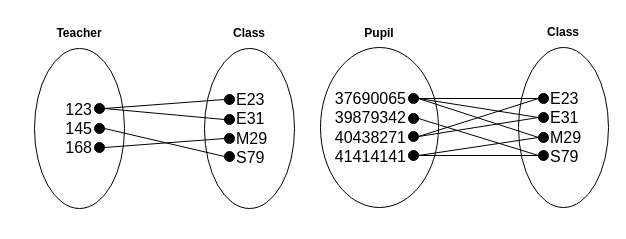
Before: page "EO TCP" (15 of 57) of h-cs/ddd/H-DDD-Clydeview/assets/Diagrams/H DDD Clydeview.drawio in MrFriendCS/MrFriendCS.github.io, a draw.io diagram. Source tidied: cells renumbered, new cells numbered last; positions are measured from the earlier drawing's top-left corner, leaving out a move shared by most shapes. Both pictures are drawn from the tidied source at 100%, with x=0, y=0 at pixel (34, 17).
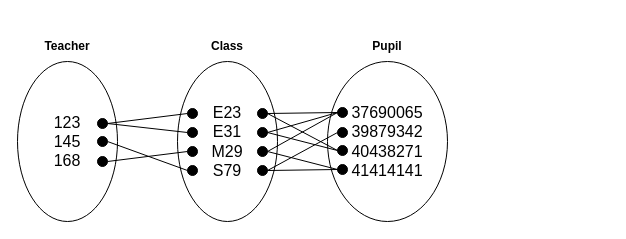
After the change.

Diff of the diagram source:
```diff
@@
     <mxCell id="2" style="ellipse;whiteSpace=wrap;html=1;fillColor=none;" parent="1" vertex="1">
-      <mxGeometry x="170" y="31" width="90" height="160" as="geometry" />
+      <mxGeometry x="143" y="44" width="100" height="160" as="geometry" />
     </mxCell>
@@
     <mxCell id="7" value="&lt;b&gt;Teacher&lt;/b&gt;" style="text;html=1;align=center;verticalAlign=middle;whiteSpace=wrap;rounded=0;" parent="1" vertex="1">
-      <mxGeometry x="15" y="1" width="60" height="30" as="geometry" />
+      <mxGeometry x="3" y="14" width="60" height="30" as="geometry" />
     </mxCell>
     <mxCell id="8" style="ellipse;whiteSpace=wrap;html=1;fillColor=none;" parent="1" vertex="1">
-      <mxGeometry y="31" width="90" height="160" as="geometry" />
+      <mxGeometry x="-17" y="44" width="100" height="160" as="geometry" />
     </mxCell>
     <mxCell id="9" style="ellipse;whiteSpace=wrap;html=1;fillColor=#000000;flipH=0;" parent="1" vertex="1">
-      <mxGeometry x="60" y="86" width="10" height="10" as="geometry" />
+      <mxGeometry x="63" y="101" width="10" height="10" as="geometry" />
     </mxCell>
     <mxCell id="10" style="ellipse;whiteSpace=wrap;html=1;fillColor=#000000;flipH=0;" parent="1" vertex="1">
-      <mxGeometry x="60" y="106" width="10" height="10" as="geometry" />
+      <mxGeometry x="63" y="119" width="10" height="10" as="geometry" />
     </mxCell>
     <mxCell id="11" style="ellipse;whiteSpace=wrap;html=1;fillColor=#000000;flipH=0;" parent="1" vertex="1">
-      <mxGeometry x="60" y="125" width="10" height="10" as="geometry" />
+      <mxGeometry x="63" y="139" width="10" height="10" as="geometry" />
     </mxCell>
     <mxCell id="12" style="ellipse;whiteSpace=wrap;html=1;fillColor=#000000;flipH=0;" parent="1" vertex="1">
-      <mxGeometry x="190" y="134" width="10" height="10" as="geometry" />
+      <mxGeometry x="153" y="148" width="10" height="10" as="geometry" />
     </mxCell>
-    <mxCell id="13" value="&lt;div&gt;&lt;span style=&quot;font-size: 16px;&quot;&gt;123&lt;/span&gt;&lt;/div&gt;&lt;div&gt;&lt;span style=&quot;font-size: 16px;&quot;&gt;145&lt;/span&gt;&lt;/div&gt;&lt;div&gt;&lt;span style=&quot;font-size: 16px;&quot;&gt;168&lt;/span&gt;&lt;/div&gt;" style="text;html=1;align=right;verticalAlign=middle;whiteSpace=wrap;rounded=0;flipH=0;" parent="1" vertex="1">
-      <mxGeometry x="10" y="81" width="50" height="60" as="geometry" />
+    <mxCell id="13" value="&lt;div&gt;&lt;span style=&quot;font-size: 16px;&quot;&gt;123&lt;/span&gt;&lt;/div&gt;&lt;div&gt;&lt;span style=&quot;font-size: 16px;&quot;&gt;145&lt;/span&gt;&lt;/div&gt;&lt;div&gt;&lt;span style=&quot;font-size: 16px;&quot;&gt;168&lt;/span&gt;&lt;/div&gt;" style="text;html=1;align=center;verticalAlign=middle;whiteSpace=wrap;rounded=0;flipH=0;" parent="1" vertex="1">
+      <mxGeometry x="13" y="93.5" width="40" height="60" as="geometry" />
     </mxCell>
     <mxCell id="14" value="&lt;b&gt;Class&lt;/b&gt;" style="text;html=1;align=center;verticalAlign=middle;whiteSpace=wrap;rounded=0;" parent="1" vertex="1">
-      <mxGeometry x="185" y="1" width="60" height="30" as="geometry" />
+      <mxGeometry x="163" y="14" width="60" height="30" as="geometry" />
     </mxCell>
     <mxCell id="15" style="ellipse;whiteSpace=wrap;html=1;fillColor=#000000;" parent="1" vertex="1">
-      <mxGeometry x="190" y="77" width="10" height="10" as="geometry" />
+      <mxGeometry x="153" y="91" width="10" height="10" as="geometry" />
     </mxCell>
     <mxCell id="16" style="ellipse;whiteSpace=wrap;html=1;fillColor=#000000;" parent="1" vertex="1">
-      <mxGeometry x="190" y="97" width="10" height="10" as="geometry" />
+      <mxGeometry x="153" y="110" width="10" height="10" as="geometry" />
     </mxCell>
-    <mxCell id="17" value="&lt;span style=&quot;font-size: 16px;&quot;&gt;E23&lt;/span&gt;&lt;div&gt;&lt;span style=&quot;font-size: 16px;&quot;&gt;E31&lt;/span&gt;&lt;/div&gt;&lt;div&gt;&lt;span style=&quot;font-size: 16px;&quot;&gt;M29&lt;/span&gt;&lt;span style=&quot;font-size: 16px;&quot;&gt;&lt;br&gt;&lt;/span&gt;&lt;/div&gt;&lt;div&gt;&lt;span style=&quot;font-size: 16px;&quot;&gt;S79&lt;/span&gt;&lt;/div&gt;" style="text;html=1;align=left;verticalAlign=middle;whiteSpace=wrap;rounded=0;" parent="1" vertex="1">
-      <mxGeometry x="200" y="71" width="46" height="80" as="geometry" />
+    <mxCell id="17" value="&lt;span style=&quot;font-size: 16px;&quot;&gt;E23&lt;/span&gt;&lt;div&gt;&lt;span style=&quot;font-size: 16px;&quot;&gt;E31&lt;/span&gt;&lt;/div&gt;&lt;div&gt;&lt;span style=&quot;font-size: 16px;&quot;&gt;M29&lt;/span&gt;&lt;span style=&quot;font-size: 16px;&quot;&gt;&lt;br&gt;&lt;/span&gt;&lt;/div&gt;&lt;div&gt;&lt;span style=&quot;font-size: 16px;&quot;&gt;S79&lt;/span&gt;&lt;/div&gt;" style="text;html=1;align=center;verticalAlign=middle;whiteSpace=wrap;rounded=0;" parent="1" vertex="1">
+      <mxGeometry x="173" y="84" width="40" height="80" as="geometry" />
     </mxCell>
     <mxCell id="18" style="ellipse;whiteSpace=wrap;html=1;fillColor=#000000;" parent="1" vertex="1">
-      <mxGeometry x="190" y="116" width="10" height="10" as="geometry" />
+      <mxGeometry x="153" y="129" width="10" height="10" as="geometry" />
     </mxCell>
-    <mxCell id="19" style="endArrow=none;html=1;rounded=0;entryX=1;entryY=0.5;entryDx=0;entryDy=0;exitX=0;exitY=0.5;exitDx=0;exitDy=0;" parent="1" edge="1" source="32" target="27">
+    <mxCell id="19" style="endArrow=none;html=1;rounded=0;entryX=0;entryY=0.5;entryDx=0;entryDy=0;exitX=1;exitY=0.5;exitDx=0;exitDy=0;" parent="1" edge="1" source="43" target="27">
       <mxGeometry relative="1" as="geometry" />
     </mxCell>
-    <mxCell id="20" style="endArrow=none;html=1;rounded=0;entryX=1;entryY=0.5;entryDx=0;entryDy=0;exitX=0;exitY=0.5;exitDx=0;exitDy=0;" parent="1" edge="1" source="31" target="27">
+    <mxCell id="20" style="endArrow=none;html=1;rounded=0;entryX=0;entryY=0.5;entryDx=0;entryDy=0;exitX=1;exitY=0.5;exitDx=0;exitDy=0;" parent="1" edge="1" source="42" target="27">
       <mxGeometry relative="1" as="geometry" />
     </mxCell>
-    <mxCell id="21" style="endArrow=none;html=1;rounded=0;exitX=0;exitY=0.5;exitDx=0;exitDy=0;entryX=1;entryY=0.5;entryDx=0;entryDy=0;" parent="1" edge="1" source="31" target="36">
+    <mxCell id="21" style="endArrow=none;html=1;rounded=0;entryX=0;entryY=0.5;entryDx=0;entryDy=0;exitX=1;exitY=0.5;exitDx=0;exitDy=0;" parent="1" edge="1" source="42" target="36">
       <mxGeometry relative="1" as="geometry" />
     </mxCell>
-    <mxCell id="22" style="endArrow=none;html=1;rounded=0;entryX=1;entryY=0.5;entryDx=0;entryDy=0;exitX=0;exitY=0.5;exitDx=0;exitDy=0;" parent="1" edge="1" source="35" target="26">
+    <mxCell id="22" style="endArrow=none;html=1;rounded=0;entryX=0;entryY=0.5;entryDx=0;entryDy=0;exitX=1;exitY=0.5;exitDx=0;exitDy=0;" parent="1" edge="1" source="41" target="26">
       <mxGeometry relative="1" as="geometry" />
     </mxCell>
-    <mxCell id="23" style="endArrow=none;html=1;rounded=0;entryX=1;entryY=0.5;entryDx=0;entryDy=0;exitX=0;exitY=0.5;exitDx=0;exitDy=0;" parent="1" edge="1" source="34" target="36">
+    <mxCell id="23" style="endArrow=none;html=1;rounded=0;entryX=0;entryY=0.5;entryDx=0;entryDy=0;exitX=1;exitY=0.5;exitDx=0;exitDy=0;" parent="1" edge="1" source="44" target="36">
       <mxGeometry relative="1" as="geometry" />
     </mxCell>
     <mxCell id="24" value="&lt;b&gt;Pupil&lt;/b&gt;" style="text;html=1;align=center;verticalAlign=middle;whiteSpace=wrap;rounded=0;" parent="1" vertex="1">
-      <mxGeometry x="315" y="1" width="60" height="30" as="geometry" />
+      <mxGeometry x="323" y="14" width="60" height="30" as="geometry" />
     </mxCell>
     <mxCell id="25" style="ellipse;whiteSpace=wrap;html=1;fillColor=none;" parent="1" vertex="1">
-      <mxGeometry x="286" y="30" width="118" height="160" as="geometry" />
+      <mxGeometry x="293" y="44" width="120" height="160" as="geometry" />
     </mxCell>
     <mxCell id="26" style="ellipse;whiteSpace=wrap;html=1;fillColor=#000000;flipH=0;" parent="1" vertex="1">
-      <mxGeometry x="374" y="96" width="10" height="10" as="geometry" />
+      <mxGeometry x="303" y="110" width="10" height="10" as="geometry" />
     </mxCell>
     <mxCell id="27" style="ellipse;whiteSpace=wrap;html=1;fillColor=#000000;flipH=0;" parent="1" vertex="1">
-      <mxGeometry x="374" y="114" width="10" height="10" as="geometry" />
+      <mxGeometry x="303" y="128" width="10" height="10" as="geometry" />
     </mxCell>
-    <mxCell id="28" value="&lt;div&gt;&lt;span style=&quot;font-family: Arial, sans-serif; font-size: 12pt; background-color: initial;&quot;&gt;37690065&lt;/span&gt;&lt;br&gt;&lt;/div&gt;&lt;div&gt;&lt;span style=&quot;font-family: Arial, sans-serif; font-size: 16px; background-color: initial;&quot;&gt;39879342&lt;/span&gt;&lt;/div&gt;&lt;div&gt;&lt;span style=&quot;font-family: Arial, sans-serif; font-size: 16px; background-color: initial;&quot;&gt;40438271&lt;/span&gt;&lt;/div&gt;&lt;div&gt;&lt;span style=&quot;font-size:12.0pt;font-family:&amp;quot;Arial&amp;quot;,sans-serif;&lt;br/&gt;mso-fareast-font-family:Calibri;mso-fareast-theme-font:minor-latin;mso-ansi-language:&lt;br/&gt;EN-GB;mso-fareast-language:EN-US;mso-bidi-language:AR-SA&quot;&gt;41414141&lt;/span&gt;&lt;span style=&quot;font-size:12.0pt;font-family:&amp;quot;Arial&amp;quot;,sans-serif;&lt;br/&gt;mso-fareast-font-family:Calibri;mso-fareast-theme-font:minor-latin;mso-ansi-language:&lt;br/&gt;EN-GB;mso-fareast-language:EN-US;mso-bidi-language:AR-SA&quot;&gt;&lt;br&gt;&lt;/span&gt;&lt;/div&gt;" style="text;html=1;align=right;verticalAlign=middle;whiteSpace=wrap;rounded=0;flipH=0;" parent="1" vertex="1">
-      <mxGeometry x="296" y="70" width="78" height="79" as="geometry" />
+    <mxCell id="28" value="&lt;div&gt;&lt;span style=&quot;font-family: Arial, sans-serif; font-size: 12pt; background-color: initial;&quot;&gt;37690065&lt;/span&gt;&lt;br&gt;&lt;/div&gt;&lt;div&gt;&lt;span style=&quot;font-family: Arial, sans-serif; font-size: 16px; background-color: initial;&quot;&gt;39879342&lt;/span&gt;&lt;/div&gt;&lt;div&gt;&lt;span style=&quot;font-family: Arial, sans-serif; font-size: 16px; background-color: initial;&quot;&gt;40438271&lt;/span&gt;&lt;/div&gt;&lt;div&gt;&lt;span style=&quot;font-size:12.0pt;font-family:&amp;quot;Arial&amp;quot;,sans-serif;&lt;br/&gt;mso-fareast-font-family:Calibri;mso-fareast-theme-font:minor-latin;mso-ansi-language:&lt;br/&gt;EN-GB;mso-fareast-language:EN-US;mso-bidi-language:AR-SA&quot;&gt;41414141&lt;/span&gt;&lt;span style=&quot;font-size:12.0pt;font-family:&amp;quot;Arial&amp;quot;,sans-serif;&lt;br/&gt;mso-fareast-font-family:Calibri;mso-fareast-theme-font:minor-latin;mso-ansi-language:&lt;br/&gt;EN-GB;mso-fareast-language:EN-US;mso-bidi-language:AR-SA&quot;&gt;&lt;br&gt;&lt;/span&gt;&lt;/div&gt;" style="text;html=1;align=center;verticalAlign=middle;whiteSpace=wrap;rounded=0;flipH=0;" parent="1" vertex="1">
+      <mxGeometry x="313" y="84" width="80" height="79" as="geometry" />
     </mxCell>
-    <mxCell id="29" style="ellipse;whiteSpace=wrap;html=1;fillColor=none;" parent="1" vertex="1">
-      <mxGeometry x="484" y="30" width="90" height="160" as="geometry" />
-    </mxCell>
-    <mxCell id="30" value="&lt;b&gt;Class&lt;/b&gt;" style="text;html=1;align=center;verticalAlign=middle;whiteSpace=wrap;rounded=0;" parent="1" vertex="1">
-      <mxGeometry x="499" width="60" height="30" as="geometry" />
-    </mxCell>
-    <mxCell id="31" style="ellipse;whiteSpace=wrap;html=1;fillColor=#000000;" parent="1" vertex="1">
-      <mxGeometry x="504" y="76" width="10" height="10" as="geometry" />
-    </mxCell>
-    <mxCell id="32" style="ellipse;whiteSpace=wrap;html=1;fillColor=#000000;" parent="1" vertex="1">
-      <mxGeometry x="504" y="95" width="10" height="10" as="geometry" />
-    </mxCell>
-    <mxCell id="33" value="&lt;div style=&quot;&quot;&gt;&lt;span style=&quot;font-size: 16px;&quot;&gt;E23&lt;/span&gt;&lt;div&gt;&lt;span style=&quot;font-size: 16px;&quot;&gt;E31&lt;/span&gt;&lt;/div&gt;&lt;div&gt;&lt;span style=&quot;font-size: 16px;&quot;&gt;M29&lt;/span&gt;&lt;span style=&quot;font-size: 16px;&quot;&gt;&lt;br&gt;&lt;/span&gt;&lt;/div&gt;&lt;div&gt;&lt;span style=&quot;font-size: 16px;&quot;&gt;S79&lt;/span&gt;&lt;/div&gt;&lt;/div&gt;" style="text;html=1;align=left;verticalAlign=middle;whiteSpace=wrap;rounded=0;" parent="1" vertex="1">
-      <mxGeometry x="514" y="70" width="42" height="80" as="geometry" />
-    </mxCell>
-    <mxCell id="34" style="ellipse;whiteSpace=wrap;html=1;fillColor=#000000;" parent="1" vertex="1">
-      <mxGeometry x="504" y="115" width="10" height="10" as="geometry" />
-    </mxCell>
-    <mxCell id="35" style="ellipse;whiteSpace=wrap;html=1;fillColor=#000000;" parent="1" vertex="1">
-      <mxGeometry x="504" y="133" width="10" height="10" as="geometry" />
-    </mxCell>
     <mxCell id="36" style="ellipse;whiteSpace=wrap;html=1;fillColor=#000000;flipH=0;" parent="1" vertex="1">
-      <mxGeometry x="374" y="76" width="10" height="10" as="geometry" />
+      <mxGeometry x="303" y="90" width="10" height="10" as="geometry" />
     </mxCell>
     <mxCell id="37" style="ellipse;whiteSpace=wrap;html=1;fillColor=#000000;flipH=0;" parent="1" vertex="1">
-      <mxGeometry x="374" y="133" width="10" height="10" as="geometry" />
+      <mxGeometry x="303" y="147" width="10" height="10" as="geometry" />
     </mxCell>
-    <mxCell id="38" style="endArrow=none;html=1;rounded=0;entryX=1;entryY=0.5;entryDx=0;entryDy=0;exitX=0;exitY=0.5;exitDx=0;exitDy=0;" parent="1" edge="1" source="34" target="37">
+    <mxCell id="38" style="endArrow=none;html=1;rounded=0;exitX=1;exitY=0.5;exitDx=0;exitDy=0;entryX=0;entryY=0.5;entryDx=0;entryDy=0;" parent="1" edge="1" source="44" target="37">
       <mxGeometry relative="1" as="geometry" />
     </mxCell>
-    <mxCell id="39" style="endArrow=none;html=1;rounded=0;entryX=1;entryY=0.5;entryDx=0;entryDy=0;exitX=0;exitY=0.5;exitDx=0;exitDy=0;" parent="1" edge="1" source="35" target="37">
+    <mxCell id="39" style="endArrow=none;html=1;rounded=0;entryX=0;entryY=0.5;entryDx=0;entryDy=0;exitX=1;exitY=0.5;exitDx=0;exitDy=0;" parent="1" edge="1" source="41" target="37">
       <mxGeometry relative="1" as="geometry" />
     </mxCell>
-    <mxCell id="40" style="endArrow=none;html=1;rounded=0;entryX=1;entryY=0.5;entryDx=0;entryDy=0;exitX=0;exitY=0.5;exitDx=0;exitDy=0;" parent="1" edge="1" source="32" target="36">
+    <mxCell id="40" style="endArrow=none;html=1;rounded=0;entryX=0;entryY=0.5;entryDx=0;entryDy=0;exitX=1;exitY=0.5;exitDx=0;exitDy=0;" parent="1" edge="1" source="43" target="36">
       <mxGeometry relative="1" as="geometry" />
     </mxCell>
+    <mxCell id="41" style="ellipse;whiteSpace=wrap;html=1;fillColor=#000000;flipH=0;" parent="1" vertex="1">
+      <mxGeometry x="223" y="148" width="10" height="10" as="geometry" />
+    </mxCell>
+    <mxCell id="42" style="ellipse;whiteSpace=wrap;html=1;fillColor=#000000;" parent="1" vertex="1">
+      <mxGeometry x="223" y="91" width="10" height="10" as="geometry" />
+    </mxCell>
+    <mxCell id="43" style="ellipse;whiteSpace=wrap;html=1;fillColor=#000000;" parent="1" vertex="1">
+      <mxGeometry x="223" y="110" width="10" height="10" as="geometry" />
+    </mxCell>
+    <mxCell id="44" style="ellipse;whiteSpace=wrap;html=1;fillColor=#000000;" parent="1" vertex="1">
+      <mxGeometry x="223" y="129" width="10" height="10" as="geometry" />
+    </mxCell>
```
